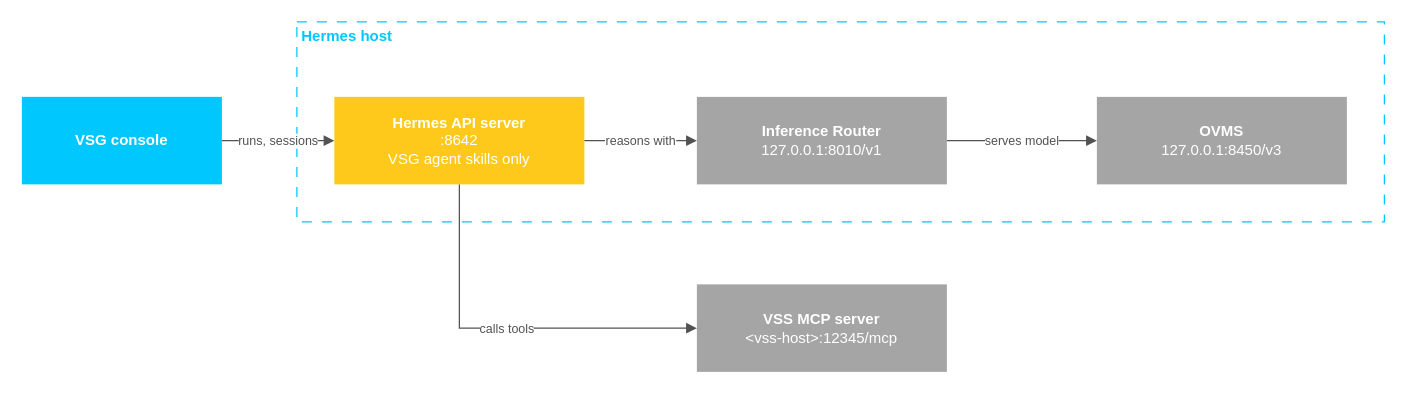
Above: virtual-security-guard-agent/docs/user-guide/_assets/drawio/vsg-prerequisite-stack.drawio in open-edge-platform/metro-ai-suite (draw.io), before the change. Source tidied: cells renumbered, new cells numbered last; positions are measured from the earlier drawing's top-left corner, leaving out a move shared by most shapes. Both pictures are drawn from the tidied source at 125%, with x=0, y=0 at pixel (21, 21).
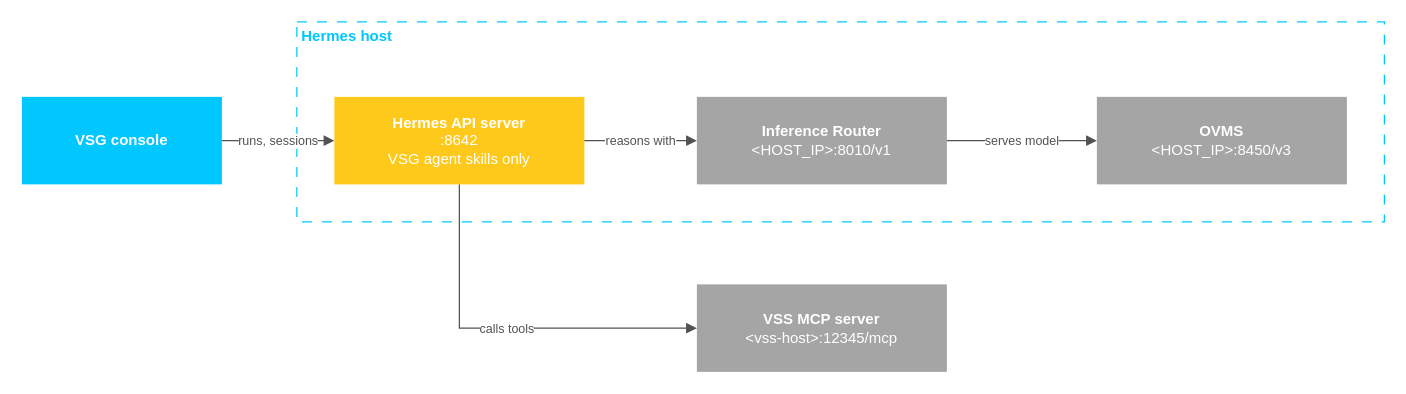
The same diagram, later.

Diff of the diagram source:
```diff
@@
 <mxGraphModel>
   <root>
     <mxCell id="0" />
     <mxCell id="1" parent="0" />
     <mxCell id="2" value="Hermes host" style="rounded=0;whiteSpace=wrap;html=1;fillColor=none;fontColor=light-dark(#00C7FD,#00C7FD);strokeColor=light-dark(#00C7FD,#00C7FD);dashed=1;dashPattern=8 8;align=left;verticalAlign=top;spacing=0;spacingLeft=4;fontStyle=1;" parent="1" vertex="1">
       <mxGeometry x="220" width="870" height="160" as="geometry" />
     </mxCell>
     <mxCell id="3" value="&lt;b&gt;VSG console&lt;/b&gt;" style="rounded=0;whiteSpace=wrap;html=1;strokeColor=none;fillColor=light-dark(#00C7FD,#00C7FD);fontColor=light-dark(#FFFFFF,#040E35);" parent="1" vertex="1">
       <mxGeometry y="60" width="160" height="70" as="geometry" />
     </mxCell>
     <mxCell id="4" value="&lt;b&gt;Hermes API server&lt;/b&gt;&lt;br&gt;:8642&lt;br&gt;VSG agent skills only" style="rounded=0;whiteSpace=wrap;html=1;strokeColor=none;fillColor=light-dark(#FEC91A,#FEC91A);fontColor=#FFFFFF;" parent="1" vertex="1">
       <mxGeometry x="250" y="60" width="200" height="70" as="geometry" />
     </mxCell>
-    <mxCell id="5" value="&lt;b&gt;Inference Router&lt;/b&gt;&lt;br&gt;127.0.0.1:8010/v1" style="rounded=0;whiteSpace=wrap;html=1;strokeColor=none;fillColor=light-dark(#A5A5A5,#A5A5A5);fontColor=#FFFFFF;" parent="1" vertex="1">
+    <mxCell id="5" value="&lt;b&gt;Inference Router&lt;/b&gt;&lt;br&gt;&amp;lt;HOST_IP&amp;gt;:8010/v1" style="rounded=0;whiteSpace=wrap;html=1;strokeColor=none;fillColor=light-dark(#A5A5A5,#A5A5A5);fontColor=#FFFFFF;" parent="1" vertex="1">
       <mxGeometry x="540" y="60" width="200" height="70" as="geometry" />
     </mxCell>
-    <mxCell id="6" value="&lt;b&gt;OVMS&lt;/b&gt;&lt;br&gt;127.0.0.1:8450/v3" style="rounded=0;whiteSpace=wrap;html=1;strokeColor=none;fillColor=light-dark(#A5A5A5,#A5A5A5);fontColor=#FFFFFF;" parent="1" vertex="1">
+    <mxCell id="6" value="&lt;b&gt;OVMS&lt;/b&gt;&lt;br&gt;&amp;lt;HOST_IP&amp;gt;:8450/v3" style="rounded=0;whiteSpace=wrap;html=1;strokeColor=none;fillColor=light-dark(#A5A5A5,#A5A5A5);fontColor=#FFFFFF;" parent="1" vertex="1">
       <mxGeometry x="860" y="60" width="200" height="70" as="geometry" />
     </mxCell>
     <mxCell id="7" value="&lt;b&gt;VSS MCP server&lt;/b&gt;&lt;br&gt;&amp;lt;vss-host&amp;gt;:12345/mcp" style="rounded=0;whiteSpace=wrap;html=1;strokeColor=none;fillColor=light-dark(#A5A5A5,#A5A5A5);fontColor=#FFFFFF;" parent="1" vertex="1">
       <mxGeometry x="540" y="210" width="200" height="70" as="geometry" />
     </mxCell>
     <mxCell id="8" value="runs, sessions" style="edgeStyle=orthogonalEdgeStyle;rounded=0;jettySize=auto;html=1;endArrow=block;endFill=1;strokeColor=light-dark(#525252,#E9E9E9);jumpStyle=arc;jumpSize=9;fontSize=10;fontColor=light-dark(#525252,#E9E9E9);labelBackgroundColor=light-dark(#FFFFFF,#121212);exitX=1;exitY=0.5;entryX=0;entryY=0.5;" parent="1" edge="1" source="3" target="4">
       <mxGeometry relative="1" as="geometry" />
     </mxCell>
     <mxCell id="9" value="reasons with" style="edgeStyle=orthogonalEdgeStyle;rounded=0;jettySize=auto;html=1;endArrow=block;endFill=1;strokeColor=light-dark(#525252,#E9E9E9);jumpStyle=arc;jumpSize=9;fontSize=10;fontColor=light-dark(#525252,#E9E9E9);labelBackgroundColor=light-dark(#FFFFFF,#121212);exitX=1;exitY=0.5;entryX=0;entryY=0.5;" parent="1" edge="1" source="4" target="5">
       <mxGeometry relative="1" as="geometry" />
     </mxCell>
     <mxCell id="10" value="serves model" style="edgeStyle=orthogonalEdgeStyle;rounded=0;jettySize=auto;html=1;endArrow=block;endFill=1;strokeColor=light-dark(#525252,#E9E9E9);jumpStyle=arc;jumpSize=9;fontSize=10;fontColor=light-dark(#525252,#E9E9E9);labelBackgroundColor=light-dark(#FFFFFF,#121212);exitX=1;exitY=0.5;entryX=0;entryY=0.5;" parent="1" edge="1" source="5" target="6">
       <mxGeometry relative="1" as="geometry" />
     </mxCell>
     <mxCell id="11" value="calls tools" style="edgeStyle=orthogonalEdgeStyle;rounded=0;jettySize=auto;html=1;endArrow=block;endFill=1;strokeColor=light-dark(#525252,#E9E9E9);jumpStyle=arc;jumpSize=9;fontSize=10;fontColor=light-dark(#525252,#E9E9E9);labelBackgroundColor=light-dark(#FFFFFF,#121212);exitX=0.5;exitY=1;entryX=0;entryY=0.5;" parent="1" edge="1" source="4" target="7">
       <mxGeometry relative="1" as="geometry" />
     </mxCell>
   </root>
 </mxGraphModel>
```
